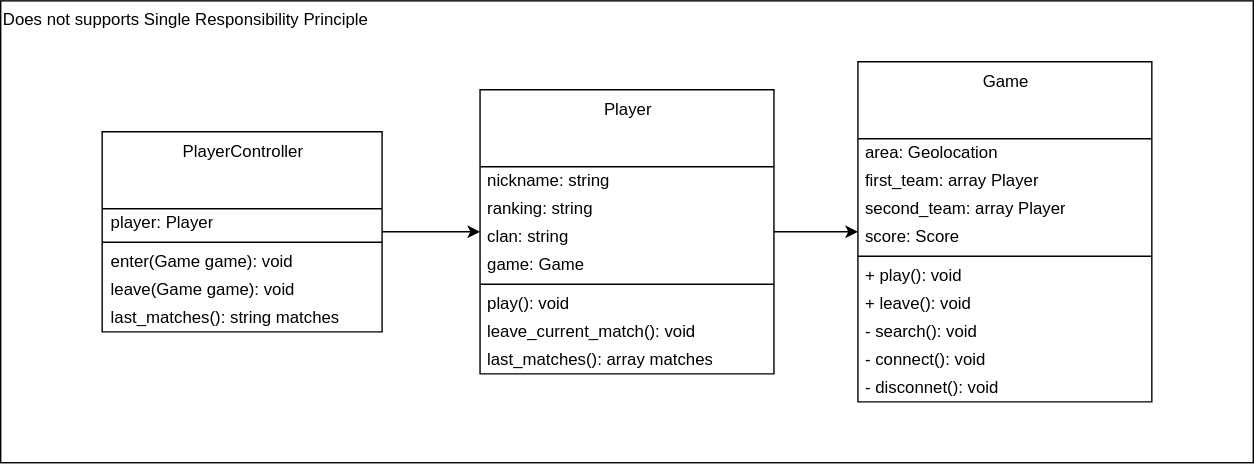
The draw.io diagram images/clean-code-clean-classes/SRP-BROKEN.svg in GabrielSlima/blog, before a commit. Source tidied: cells renumbered, new cells last; positions are measured from the earlier drawing's top-left corner, leaving out a move shared by most shapes.
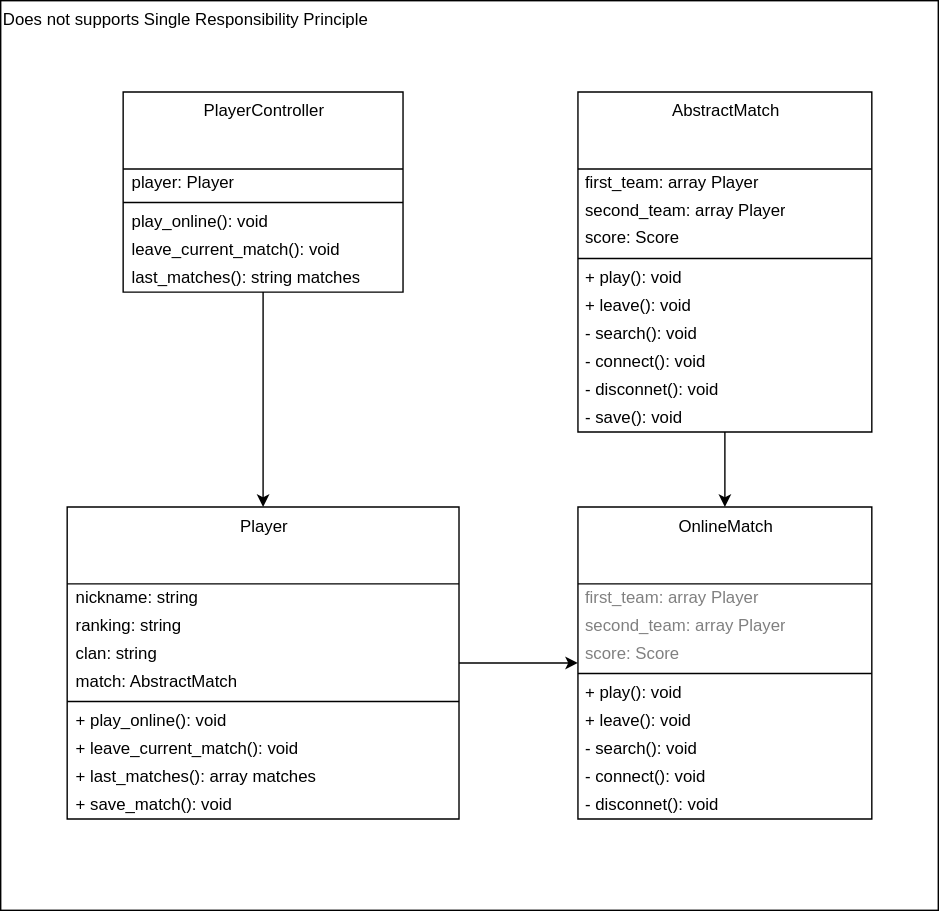
Later version of the same file.

What changed in the source:
```diff
@@ -2,41 +2,14 @@
   <root>
     <mxCell id="0" />
     <mxCell id="1" parent="0" />
-    <mxCell id="2" style="edgeStyle=orthogonalEdgeStyle;rounded=0;jettySize=auto;html=1;" parent="1" edge="1" source="3" target="19">
-      <mxGeometry relative="1" as="geometry" />
-    </mxCell>
-    <mxCell id="3" value="&lt;div&gt;Player&lt;/div&gt;" style="swimlane;fontStyle=0;align=center;verticalAlign=top;horizontal=1;startSize=55;html=1;fillColor=none;" parent="1" vertex="1">
-      <mxGeometry x="342.5" y="63.5" width="210" height="203" as="geometry" />
-    </mxCell>
-    <mxCell id="4" value="nickname: string" style="text;html=1;strokeColor=none;fillColor=none;align=left;verticalAlign=middle;spacingLeft=4;spacingRight=4;overflow=hidden;" parent="3" vertex="1">
-      <mxGeometry y="55" width="210" height="20" as="geometry" />
-    </mxCell>
-    <mxCell id="5" value="&lt;div&gt;ranking: string&lt;br&gt;&lt;/div&gt;" style="text;html=1;strokeColor=none;fillColor=none;align=left;verticalAlign=middle;spacingLeft=4;spacingRight=4;overflow=hidden;" parent="3" vertex="1">
-      <mxGeometry y="75" width="210" height="20" as="geometry" />
-    </mxCell>
-    <mxCell id="6" value="&lt;div&gt;clan: string&lt;br&gt;&lt;/div&gt;" style="text;html=1;strokeColor=none;fillColor=none;align=left;verticalAlign=middle;spacingLeft=4;spacingRight=4;overflow=hidden;" parent="3" vertex="1">
-      <mxGeometry y="95" width="210" height="20" as="geometry" />
-    </mxCell>
-    <mxCell id="7" value="&lt;div&gt;game: Game&lt;br&gt;&lt;/div&gt;" style="text;html=1;strokeColor=none;fillColor=none;align=left;verticalAlign=middle;spacingLeft=4;spacingRight=4;overflow=hidden;" parent="3" vertex="1">
-      <mxGeometry y="115" width="210" height="20" as="geometry" />
-    </mxCell>
-    <mxCell id="8" style="line;strokeWidth=1;fillColor=none;align=left;verticalAlign=middle;spacingTop=-1;spacingLeft=3;spacingRight=3;labelPosition=right;" parent="3" vertex="1">
-      <mxGeometry y="135" width="210" height="8" as="geometry" />
-    </mxCell>
-    <mxCell id="9" value="play(): void" style="text;html=1;strokeColor=none;fillColor=none;align=left;verticalAlign=middle;spacingLeft=4;spacingRight=4;overflow=hidden;" parent="3" vertex="1">
-      <mxGeometry y="143" width="210" height="20" as="geometry" />
-    </mxCell>
-    <mxCell id="10" value="leave_current_match(): void" style="text;html=1;strokeColor=none;fillColor=none;align=left;verticalAlign=middle;spacingLeft=4;spacingRight=4;overflow=hidden;" parent="3" vertex="1">
-      <mxGeometry y="163" width="210" height="20" as="geometry" />
-    </mxCell>
-    <mxCell id="11" value="last_matches(): array matches" style="text;html=1;strokeColor=none;fillColor=none;align=left;verticalAlign=middle;spacingLeft=4;spacingRight=4;overflow=hidden;" parent="3" vertex="1">
-      <mxGeometry y="183" width="210" height="20" as="geometry" />
-    </mxCell>
+    <mxCell id="30" value="Does not supports Single Responsibility Principle" style="rounded=0;whiteSpace=wrap;html=1;fillColor=none;align=left;verticalAlign=top;" parent="1" vertex="1">
+      <mxGeometry width="670" height="650" as="geometry" />
+    </mxCell>
-    <mxCell id="12" style="edgeStyle=orthogonalEdgeStyle;rounded=0;jettySize=auto;html=1;" parent="1" edge="1" source="13" target="3">
+    <mxCell id="12" style="edgeStyle=orthogonalEdgeStyle;rounded=0;jettySize=auto;html=1;fontColor=#808080;" parent="1" edge="1" source="13" target="3">
       <mxGeometry relative="1" as="geometry" />
     </mxCell>
     <mxCell id="13" value="PlayerController" style="swimlane;fontStyle=0;align=center;verticalAlign=top;horizontal=1;startSize=55;html=1;fillColor=none;" parent="1" vertex="1">
-      <mxGeometry x="72.5" y="93.5" width="200" height="143" as="geometry" />
+      <mxGeometry x="87.5" y="65.2" width="200" height="143" as="geometry" />
     </mxCell>
     <mxCell id="14" value="&lt;div&gt;player: Player&lt;/div&gt;" style="text;html=1;strokeColor=none;fillColor=none;align=left;verticalAlign=middle;spacingLeft=4;spacingRight=4;overflow=hidden;" parent="13" vertex="1">
       <mxGeometry y="55" width="200" height="20" as="geometry" />
@@ -44,50 +17,113 @@
     <mxCell id="15" style="line;strokeWidth=1;fillColor=none;align=left;verticalAlign=middle;spacingTop=-1;spacingLeft=3;spacingRight=3;labelPosition=right;" parent="13" vertex="1">
       <mxGeometry y="75" width="200" height="8" as="geometry" />
     </mxCell>
-    <mxCell id="16" value="enter(Game game): void" style="text;html=1;strokeColor=none;fillColor=none;align=left;verticalAlign=middle;spacingLeft=4;spacingRight=4;overflow=hidden;" parent="13" vertex="1">
+    <mxCell id="16" value="play_online(): void" style="text;html=1;strokeColor=none;fillColor=none;align=left;verticalAlign=middle;spacingLeft=4;spacingRight=4;overflow=hidden;" parent="13" vertex="1">
       <mxGeometry y="83" width="200" height="20" as="geometry" />
     </mxCell>
-    <mxCell id="17" value="leave(Game game): void" style="text;html=1;strokeColor=none;fillColor=none;align=left;verticalAlign=middle;spacingLeft=4;spacingRight=4;overflow=hidden;" parent="13" vertex="1">
+    <mxCell id="17" value="leave_current_match(): void" style="text;html=1;strokeColor=none;fillColor=none;align=left;verticalAlign=middle;spacingLeft=4;spacingRight=4;overflow=hidden;" parent="13" vertex="1">
       <mxGeometry y="103" width="200" height="20" as="geometry" />
     </mxCell>
     <mxCell id="18" value="last_matches(): string matches" style="text;html=1;strokeColor=none;fillColor=none;align=left;verticalAlign=middle;spacingLeft=4;spacingRight=4;overflow=hidden;" parent="13" vertex="1">
       <mxGeometry y="123" width="200" height="20" as="geometry" />
     </mxCell>
-    <mxCell id="19" value="Game" style="swimlane;fontStyle=0;align=center;verticalAlign=top;horizontal=1;startSize=55;html=1;fillColor=none;" parent="1" vertex="1">
-      <mxGeometry x="612.5" y="43.5" width="210" height="243" as="geometry" />
-    </mxCell>
-    <mxCell id="20" value="area: Geolocation" style="text;html=1;strokeColor=none;fillColor=none;align=left;verticalAlign=middle;spacingLeft=4;spacingRight=4;overflow=hidden;" parent="19" vertex="1">
-      <mxGeometry y="55" width="210" height="20" as="geometry" />
-    </mxCell>
+    <mxCell id="31" style="edgeStyle=orthogonalEdgeStyle;rounded=0;jettySize=auto;html=1;fontColor=#808080;" parent="1" edge="1" source="3" target="37">
+      <mxGeometry relative="1" as="geometry" />
+    </mxCell>
+    <mxCell id="3" value="&lt;div&gt;Player&lt;/div&gt;" style="swimlane;fontStyle=0;align=center;verticalAlign=top;horizontal=1;startSize=55;html=1;fillColor=none;" parent="1" vertex="1">
+      <mxGeometry x="47.5" y="361.8" width="280" height="223" as="geometry" />
+    </mxCell>
+    <mxCell id="4" value="nickname: string" style="text;html=1;strokeColor=none;fillColor=none;align=left;verticalAlign=middle;spacingLeft=4;spacingRight=4;overflow=hidden;" parent="3" vertex="1">
+      <mxGeometry y="55" width="280" height="20" as="geometry" />
+    </mxCell>
+    <mxCell id="5" value="&lt;div&gt;ranking: string&lt;br&gt;&lt;/div&gt;" style="text;html=1;strokeColor=none;fillColor=none;align=left;verticalAlign=middle;spacingLeft=4;spacingRight=4;overflow=hidden;" parent="3" vertex="1">
+      <mxGeometry y="75" width="280" height="20" as="geometry" />
+    </mxCell>
+    <mxCell id="6" value="&lt;div&gt;clan: string&lt;br&gt;&lt;/div&gt;" style="text;html=1;strokeColor=none;fillColor=none;align=left;verticalAlign=middle;spacingLeft=4;spacingRight=4;overflow=hidden;" parent="3" vertex="1">
+      <mxGeometry y="95" width="280" height="20" as="geometry" />
+    </mxCell>
+    <mxCell id="32" value="&lt;div&gt;match: AbstractMatch&lt;br&gt;&lt;/div&gt;" style="text;html=1;strokeColor=none;fillColor=none;align=left;verticalAlign=middle;spacingLeft=4;spacingRight=4;overflow=hidden;" parent="3" vertex="1">
+      <mxGeometry y="115" width="280" height="20" as="geometry" />
+    </mxCell>
+    <mxCell id="33" style="line;strokeWidth=1;fillColor=none;align=left;verticalAlign=middle;spacingTop=-1;spacingLeft=3;spacingRight=3;labelPosition=right;" parent="3" vertex="1">
+      <mxGeometry y="135" width="280" height="8" as="geometry" />
+    </mxCell>
+    <mxCell id="34" value="+ play_online(): void" style="text;html=1;strokeColor=none;fillColor=none;align=left;verticalAlign=middle;spacingLeft=4;spacingRight=4;overflow=hidden;" parent="3" vertex="1">
+      <mxGeometry y="143" width="280" height="20" as="geometry" />
+    </mxCell>
+    <mxCell id="35" value="+ leave_current_match(): void" style="text;html=1;strokeColor=none;fillColor=none;align=left;verticalAlign=middle;spacingLeft=4;spacingRight=4;overflow=hidden;" parent="3" vertex="1">
+      <mxGeometry y="163" width="280" height="20" as="geometry" />
+    </mxCell>
+    <mxCell id="11" value="+ last_matches(): array matches" style="text;html=1;strokeColor=none;fillColor=none;align=left;verticalAlign=middle;spacingLeft=4;spacingRight=4;overflow=hidden;" parent="3" vertex="1">
+      <mxGeometry y="183" width="280" height="20" as="geometry" />
+    </mxCell>
+    <mxCell id="36" value="+ save_match(): void" style="text;html=1;strokeColor=none;fillColor=none;align=left;verticalAlign=middle;spacingLeft=4;spacingRight=4;overflow=hidden;" parent="3" vertex="1">
+      <mxGeometry y="203" width="280" height="20" as="geometry" />
+    </mxCell>
+    <mxCell id="37" value="OnlineMatch" style="swimlane;fontStyle=0;align=center;verticalAlign=top;horizontal=1;startSize=55;html=1;fillColor=none;" parent="1" vertex="1">
+      <mxGeometry x="412.5" y="361.8" width="210" height="223" as="geometry" />
+    </mxCell>
+    <mxCell id="38" value="first_team: array Player" style="text;html=1;strokeColor=none;fillColor=none;align=left;verticalAlign=middle;spacingLeft=4;spacingRight=4;overflow=hidden;fontColor=#808080;" parent="37" vertex="1">
+      <mxGeometry y="55" width="210" height="20" as="geometry" />
+    </mxCell>
+    <mxCell id="39" value="second_team: array Player" style="text;html=1;strokeColor=none;fillColor=none;align=left;verticalAlign=middle;spacingLeft=4;spacingRight=4;overflow=hidden;fontColor=#808080;" parent="37" vertex="1">
+      <mxGeometry y="75" width="210" height="20" as="geometry" />
+    </mxCell>
+    <mxCell id="40" value="score: Score" style="text;html=1;strokeColor=none;fillColor=none;align=left;verticalAlign=middle;spacingLeft=4;spacingRight=4;overflow=hidden;fontColor=#808080;" parent="37" vertex="1">
+      <mxGeometry y="95" width="210" height="20" as="geometry" />
+    </mxCell>
+    <mxCell id="41" style="line;strokeWidth=1;fillColor=none;align=left;verticalAlign=middle;spacingTop=-1;spacingLeft=3;spacingRight=3;labelPosition=right;" parent="37" vertex="1">
+      <mxGeometry y="115" width="210" height="8" as="geometry" />
+    </mxCell>
+    <mxCell id="42" value="+ play(): void" style="text;html=1;strokeColor=none;fillColor=none;align=left;verticalAlign=middle;spacingLeft=4;spacingRight=4;overflow=hidden;" parent="37" vertex="1">
+      <mxGeometry y="123" width="210" height="20" as="geometry" />
+    </mxCell>
+    <mxCell id="43" value="+ leave(): void" style="text;html=1;strokeColor=none;fillColor=none;align=left;verticalAlign=middle;spacingLeft=4;spacingRight=4;overflow=hidden;" parent="37" vertex="1">
+      <mxGeometry y="143" width="210" height="20" as="geometry" />
+    </mxCell>
+    <mxCell id="44" value="- search(): void" style="text;html=1;strokeColor=none;fillColor=none;align=left;verticalAlign=middle;spacingLeft=4;spacingRight=4;overflow=hidden;" parent="37" vertex="1">
+      <mxGeometry y="163" width="210" height="20" as="geometry" />
+    </mxCell>
+    <mxCell id="45" value="- connect(): void" style="text;html=1;strokeColor=none;fillColor=none;align=left;verticalAlign=middle;spacingLeft=4;spacingRight=4;overflow=hidden;" parent="37" vertex="1">
+      <mxGeometry y="183" width="210" height="20" as="geometry" />
+    </mxCell>
+    <mxCell id="46" value="- disconnet(): void" style="text;html=1;strokeColor=none;fillColor=none;align=left;verticalAlign=middle;spacingLeft=4;spacingRight=4;overflow=hidden;" parent="37" vertex="1">
+      <mxGeometry y="203" width="210" height="20" as="geometry" />
+    </mxCell>
+    <mxCell id="47" style="edgeStyle=orthogonalEdgeStyle;rounded=0;jettySize=auto;html=1;entryX=0.5;entryY=0;entryDx=0;entryDy=0;fontColor=#808080;" parent="1" edge="1" source="48" target="37">
+      <mxGeometry relative="1" as="geometry" />
+    </mxCell>
+    <mxCell id="48" value="AbstractMatch" style="swimlane;fontStyle=0;align=center;verticalAlign=top;horizontal=1;startSize=55;html=1;fillColor=none;" parent="1" vertex="1">
+      <mxGeometry x="412.5" y="65.2" width="210" height="243" as="geometry" />
+    </mxCell>
-    <mxCell id="21" value="first_team: array Player" style="text;html=1;strokeColor=none;fillColor=none;align=left;verticalAlign=middle;spacingLeft=4;spacingRight=4;overflow=hidden;" parent="19" vertex="1">
-      <mxGeometry y="75" width="210" height="20" as="geometry" />
+    <mxCell id="21" value="first_team: array Player" style="text;html=1;strokeColor=none;fillColor=none;align=left;verticalAlign=middle;spacingLeft=4;spacingRight=4;overflow=hidden;" parent="48" vertex="1">
+      <mxGeometry y="55" width="210" height="20" as="geometry" />
     </mxCell>
-    <mxCell id="22" value="second_team: array Player" style="text;html=1;strokeColor=none;fillColor=none;align=left;verticalAlign=middle;spacingLeft=4;spacingRight=4;overflow=hidden;" parent="19" vertex="1">
-      <mxGeometry y="95" width="210" height="20" as="geometry" />
+    <mxCell id="22" value="second_team: array Player" style="text;html=1;strokeColor=none;fillColor=none;align=left;verticalAlign=middle;spacingLeft=4;spacingRight=4;overflow=hidden;" parent="48" vertex="1">
+      <mxGeometry y="75" width="210" height="20" as="geometry" />
     </mxCell>
-    <mxCell id="23" value="score: Score" style="text;html=1;strokeColor=none;fillColor=none;align=left;verticalAlign=middle;spacingLeft=4;spacingRight=4;overflow=hidden;" parent="19" vertex="1">
-      <mxGeometry y="115" width="210" height="20" as="geometry" />
+    <mxCell id="23" value="score: Score" style="text;html=1;strokeColor=none;fillColor=none;align=left;verticalAlign=middle;spacingLeft=4;spacingRight=4;overflow=hidden;" parent="48" vertex="1">
+      <mxGeometry y="95" width="210" height="20" as="geometry" />
     </mxCell>
-    <mxCell id="24" style="line;strokeWidth=1;fillColor=none;align=left;verticalAlign=middle;spacingTop=-1;spacingLeft=3;spacingRight=3;labelPosition=right;" parent="19" vertex="1">
-      <mxGeometry y="135" width="210" height="8" as="geometry" />
-    </mxCell>
-    <mxCell id="25" value="+ play(): void" style="text;html=1;strokeColor=none;fillColor=none;align=left;verticalAlign=middle;spacingLeft=4;spacingRight=4;overflow=hidden;" parent="19" vertex="1">
-      <mxGeometry y="143" width="210" height="20" as="geometry" />
-    </mxCell>
-    <mxCell id="26" value="+ leave(): void" style="text;html=1;strokeColor=none;fillColor=none;align=left;verticalAlign=middle;spacingLeft=4;spacingRight=4;overflow=hidden;" parent="19" vertex="1">
-      <mxGeometry y="163" width="210" height="20" as="geometry" />
-    </mxCell>
-    <mxCell id="27" value="- search(): void" style="text;html=1;strokeColor=none;fillColor=none;align=left;verticalAlign=middle;spacingLeft=4;spacingRight=4;overflow=hidden;" parent="19" vertex="1">
-      <mxGeometry y="183" width="210" height="20" as="geometry" />
-    </mxCell>
-    <mxCell id="28" value="- connect(): void" style="text;html=1;strokeColor=none;fillColor=none;align=left;verticalAlign=middle;spacingLeft=4;spacingRight=4;overflow=hidden;" parent="19" vertex="1">
-      <mxGeometry y="203" width="210" height="20" as="geometry" />
-    </mxCell>
-    <mxCell id="29" value="- disconnet(): void" style="text;html=1;strokeColor=none;fillColor=none;align=left;verticalAlign=middle;spacingLeft=4;spacingRight=4;overflow=hidden;" parent="19" vertex="1">
-      <mxGeometry y="223" width="210" height="20" as="geometry" />
-    </mxCell>
-    <mxCell id="30" value="Does not supports Single Responsibility Principle" style="rounded=0;whiteSpace=wrap;html=1;fillColor=none;align=left;verticalAlign=top;" parent="1" vertex="1">
-      <mxGeometry width="895" height="330" as="geometry" />
-    </mxCell>
+    <mxCell id="49" style="line;strokeWidth=1;fillColor=none;align=left;verticalAlign=middle;spacingTop=-1;spacingLeft=3;spacingRight=3;labelPosition=right;" parent="48" vertex="1">
+      <mxGeometry y="115" width="210" height="8" as="geometry" />
+    </mxCell>
+    <mxCell id="50" value="+ play(): void" style="text;html=1;strokeColor=none;fillColor=none;align=left;verticalAlign=middle;spacingLeft=4;spacingRight=4;overflow=hidden;" parent="48" vertex="1">
+      <mxGeometry y="123" width="210" height="20" as="geometry" />
+    </mxCell>
+    <mxCell id="51" value="+ leave(): void" style="text;html=1;strokeColor=none;fillColor=none;align=left;verticalAlign=middle;spacingLeft=4;spacingRight=4;overflow=hidden;" parent="48" vertex="1">
+      <mxGeometry y="143" width="210" height="20" as="geometry" />
+    </mxCell>
+    <mxCell id="52" value="- search(): void" style="text;html=1;strokeColor=none;fillColor=none;align=left;verticalAlign=middle;spacingLeft=4;spacingRight=4;overflow=hidden;" parent="48" vertex="1">
+      <mxGeometry y="163" width="210" height="20" as="geometry" />
+    </mxCell>
+    <mxCell id="53" value="- connect(): void" style="text;html=1;strokeColor=none;fillColor=none;align=left;verticalAlign=middle;spacingLeft=4;spacingRight=4;overflow=hidden;" parent="48" vertex="1">
+      <mxGeometry y="183" width="210" height="20" as="geometry" />
+    </mxCell>
+    <mxCell id="54" value="- disconnet(): void" style="text;html=1;strokeColor=none;fillColor=none;align=left;verticalAlign=middle;spacingLeft=4;spacingRight=4;overflow=hidden;" parent="48" vertex="1">
+      <mxGeometry y="203" width="210" height="20" as="geometry" />
+    </mxCell>
+    <mxCell id="55" value="- save(): void" style="text;html=1;strokeColor=none;fillColor=none;align=left;verticalAlign=middle;spacingLeft=4;spacingRight=4;overflow=hidden;" parent="48" vertex="1">
+      <mxGeometry y="223" width="210" height="20" as="geometry" />
+    </mxCell>
   </root>
 </mxGraphModel>
```
